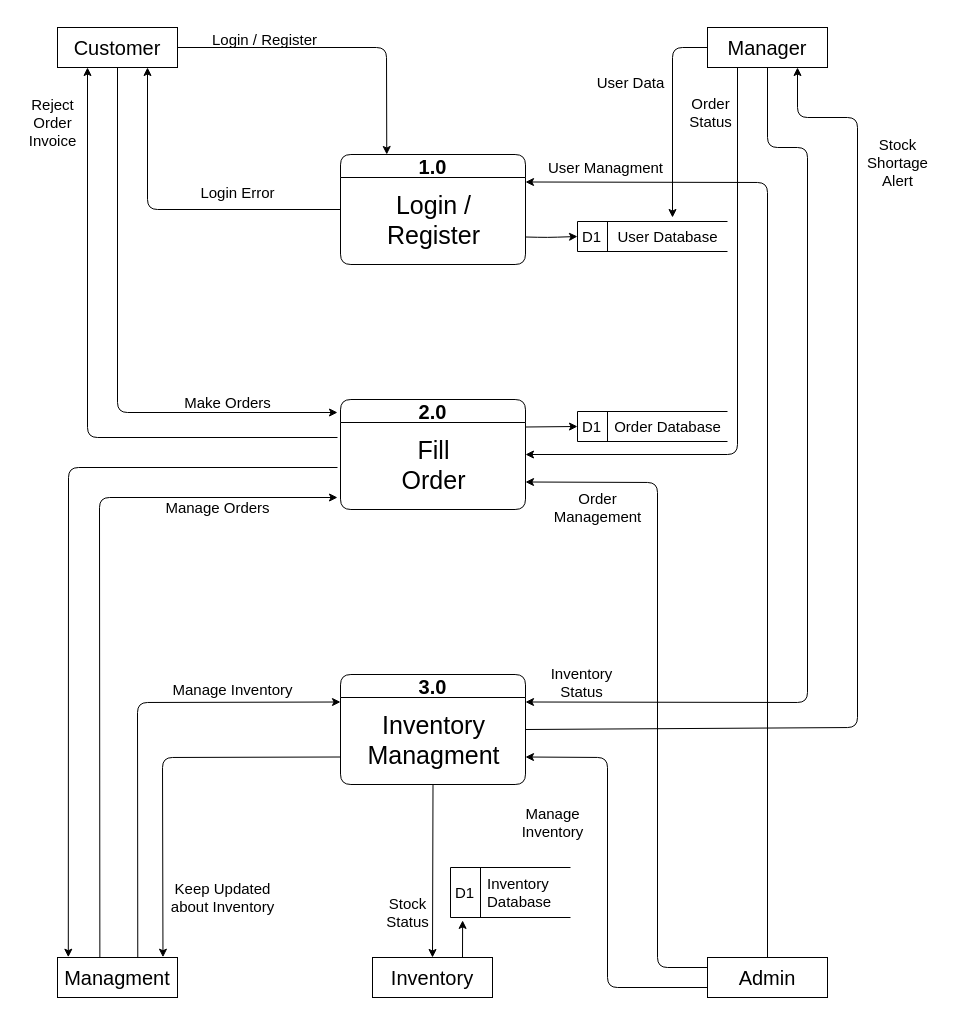
AnushkaIsuranga/Stock_Portal_for_Spice_Co. keeps this draw.io diagram as Documentation/Charts/DFD(Level0).drawio. Above is the earlier version. Source tidied: cells renumbered, new cells numbered last; positions are measured from the earlier drawing's top-left corner, leaving out a move shared by most shapes. Both pictures are drawn from the tidied source at 100%, with x=0, y=0 at pixel (17, 17).
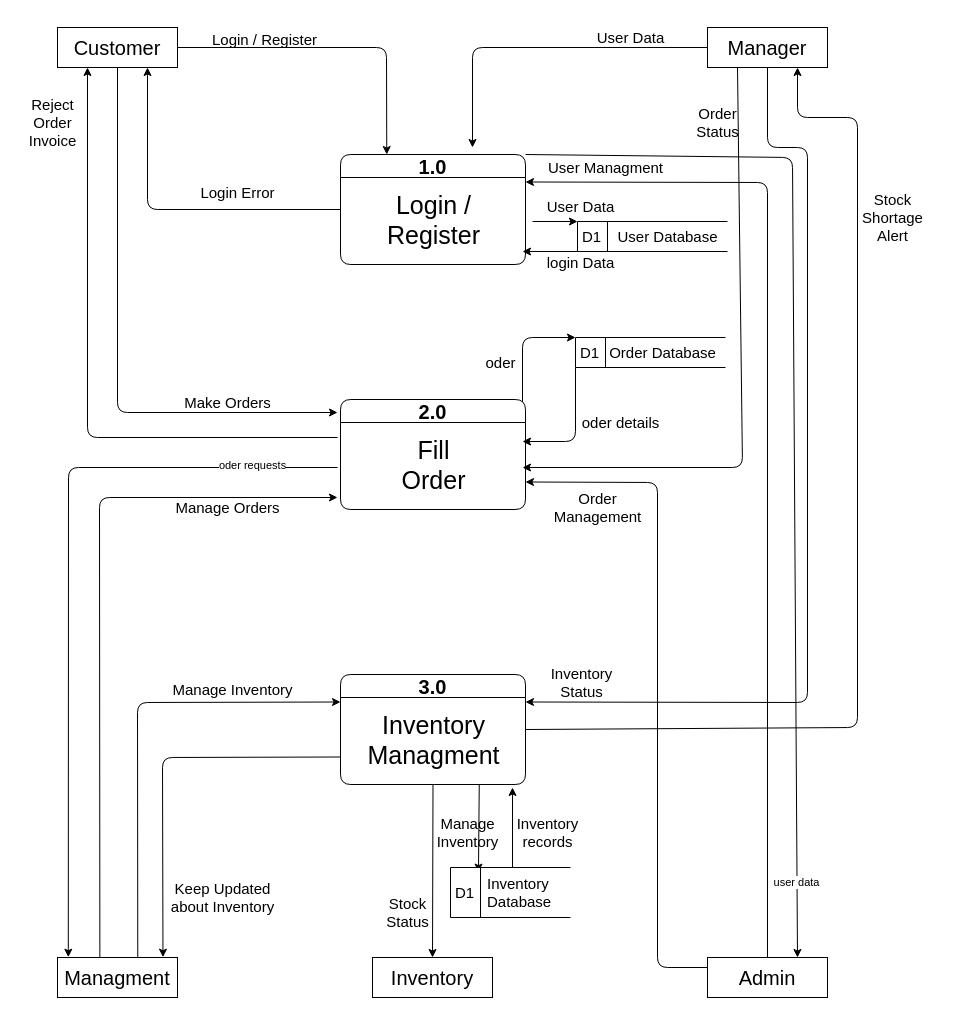
After the change.

Unchanged cells that the change refers to:
```xml
<mxCell id="6" value="&lt;div style=&quot;text-align: start;&quot;&gt;&lt;font style=&quot;background-color: initial; font-size: 20px;&quot;&gt;Manager&lt;/font&gt;&lt;span style=&quot;background-color: initial; font-size: 0px;&quot;&gt;&lt;font face=&quot;monospace&quot; color=&quot;rgba(0, 0, 0, 0)&quot;&gt;https://music.youtube.com/watch?v=BXsjKvdEae4&amp;amp;si=lK1nP5Bo9hr5hulV&lt;/font&gt;&lt;/span&gt;&lt;/div&gt;" style="rounded=0;whiteSpace=wrap;html=1;fontSize=14;" parent="1" vertex="1">
  <mxGeometry x="690" y="10" width="120" height="40" as="geometry" />
</mxCell>
<mxCell id="9" value="&lt;div style=&quot;text-align: start;&quot;&gt;&lt;span style=&quot;font-size: 20px;&quot;&gt;Admin&lt;/span&gt;&lt;/div&gt;" style="rounded=0;whiteSpace=wrap;html=1;fontSize=14;" parent="1" vertex="1">
  <mxGeometry x="690" y="940" width="120" height="40" as="geometry" />
</mxCell>
<mxCell id="11" value="&lt;div style=&quot;text-align: start;&quot;&gt;&lt;span style=&quot;font-size: 20px;&quot;&gt;Inventory&lt;/span&gt;&lt;/div&gt;" style="rounded=0;whiteSpace=wrap;html=1;fontSize=14;" parent="1" vertex="1">
  <mxGeometry x="355" y="940" width="120" height="40" as="geometry" />
</mxCell>
<mxCell id="16" value="&lt;font style=&quot;font-size: 20px;&quot;&gt;1.0&lt;/font&gt;" style="swimlane;whiteSpace=wrap;html=1;rounded=1;fontSize=15;" parent="1" vertex="1">
  <mxGeometry x="323" y="137" width="185" height="110" as="geometry" />
</mxCell>
<mxCell id="19" style="edgeStyle=none;html=1;entryX=0.09;entryY=-0.007;entryDx=0;entryDy=0;entryPerimeter=0;fontSize=15;" parent="1" edge="1" target="14">
  <mxGeometry relative="1" as="geometry">
    <mxPoint x="320" y="450" as="sourcePoint" />
    <Array as="points">
      <mxPoint x="51" y="450" />
    </Array>
  </mxGeometry>
</mxCell>
<mxCell id="21" value="&lt;font style=&quot;font-size: 20px;&quot;&gt;2.0&lt;/font&gt;" style="swimlane;whiteSpace=wrap;html=1;rounded=1;fontSize=15;" parent="1" vertex="1">
  <mxGeometry x="323" y="382" width="185" height="110" as="geometry" />
</mxCell>
<mxCell id="26" value="&lt;font style=&quot;font-size: 20px;&quot;&gt;3.0&lt;/font&gt;" style="swimlane;whiteSpace=wrap;html=1;rounded=1;fontSize=15;" parent="1" vertex="1">
  <mxGeometry x="323" y="657" width="185" height="110" as="geometry" />
</mxCell>
<mxCell id="34" value="D1" style="html=1;dashed=0;whitespace=wrap;shape=mxgraph.dfd.dataStoreID;align=left;spacingLeft=3;points=[[0,0],[0.5,0],[1,0],[0,0.5],[1,0.5],[0,1],[0.5,1],[1,1]];rounded=1;fontSize=15;" parent="1" vertex="1">
  <mxGeometry x="560" y="204" width="150" height="30" as="geometry" />
</mxCell>
<mxCell id="39" value="D1" style="html=1;dashed=0;whitespace=wrap;shape=mxgraph.dfd.dataStoreID;align=left;spacingLeft=3;points=[[0,0],[0.5,0],[1,0],[0,0.5],[1,0.5],[0,1],[0.5,1],[1,1]];rounded=1;fontSize=15;" parent="1" vertex="1">
  <mxGeometry x="433" y="850" width="120" height="50" as="geometry" />
</mxCell>
<mxCell id="40" value="Inventory&lt;br&gt;Database" style="text;html=1;align=left;verticalAlign=middle;points=[];strokeColor=none;fillColor=none;fontSize=15;" parent="1" vertex="1">
  <mxGeometry x="468" y="850" width="90" height="50" as="geometry" />
</mxCell>
```

The edit, as a diff of the source:
```diff
@@
-    <mxCell id="4" style="edgeStyle=none;html=1;exitX=0.25;exitY=1;exitDx=0;exitDy=0;entryX=1;entryY=0.5;entryDx=0;entryDy=0;fontSize=15;" parent="1" edge="1" source="6" target="21">
+    <mxCell id="4" style="edgeStyle=none;html=1;exitX=0.25;exitY=1;exitDx=0;exitDy=0;fontSize=15;" parent="1" edge="1" source="6">
       <mxGeometry relative="1" as="geometry">
+        <mxPoint x="505" y="450" as="targetPoint" />
         <Array as="points">
-          <mxPoint x="720" y="437" />
+          <mxPoint x="725" y="450" />
         </Array>
       </mxGeometry>
     </mxCell>
@@
-    <mxCell id="10" style="edgeStyle=none;html=1;exitX=0.75;exitY=0;exitDx=0;exitDy=0;entryX=0.101;entryY=1.058;entryDx=0;entryDy=0;entryPerimeter=0;fontSize=15;" parent="1" edge="1" source="11" target="39">
-      <mxGeometry relative="1" as="geometry" />
-    </mxCell>
@@
-    <mxCell id="15" style="edgeStyle=none;html=1;exitX=1;exitY=0.75;exitDx=0;exitDy=0;entryX=0;entryY=0.5;entryDx=0;entryDy=0;fontSize=15;" parent="1" edge="1" source="16" target="34">
+    <mxCell id="15" style="edgeStyle=none;html=1;entryX=0;entryY=0;entryDx=0;entryDy=0;fontSize=15;" parent="1" edge="1" target="34">
       <mxGeometry relative="1" as="geometry">
-        <Array as="points">
-          <mxPoint x="530" y="220" />
-        </Array>
+        <mxPoint x="515" y="204" as="sourcePoint" />
       </mxGeometry>
     </mxCell>
+    <mxCell id="53" style="edgeStyle=none;html=1;exitX=1;exitY=0;exitDx=0;exitDy=0;entryX=0.75;entryY=0;entryDx=0;entryDy=0;" parent="1" edge="1" source="16" target="9">
+      <mxGeometry relative="1" as="geometry">
+        <Array as="points">
+          <mxPoint x="775" y="140" />
+        </Array>
+      </mxGeometry>
+    </mxCell>
+    <mxCell id="54" value="user data" style="edgeLabel;html=1;align=center;verticalAlign=middle;" parent="53" vertex="1">
+      <mxGeometry x="0.86" y="-1" relative="1" as="geometry" />
+    </mxCell>
@@
+    <mxCell id="55" value="oder requests" style="edgeLabel;html=1;align=center;verticalAlign=middle;" parent="19" vertex="1">
+      <mxGeometry x="-0.7" y="-1" relative="1" as="geometry">
+        <mxPoint x="28" y="-2" as="offset" />
+      </mxGeometry>
+    </mxCell>
-    <mxCell id="20" style="edgeStyle=none;html=1;exitX=1;exitY=0.25;exitDx=0;exitDy=0;entryX=0;entryY=0.5;entryDx=0;entryDy=0;fontSize=15;" parent="1" edge="1" source="21" target="37">
-      <mxGeometry relative="1" as="geometry" />
+    <mxCell id="20" style="edgeStyle=none;html=1;entryX=0;entryY=0;entryDx=0;entryDy=0;fontSize=15;" parent="1" edge="1" target="37">
+      <mxGeometry relative="1" as="geometry">
+        <mxPoint x="505" y="394" as="sourcePoint" />
+        <Array as="points">
+          <mxPoint x="505" y="320" />
+        </Array>
+      </mxGeometry>
     </mxCell>
+    <mxCell id="56" style="edgeStyle=none;html=1;exitX=0;exitY=1;exitDx=0;exitDy=0;" parent="1" edge="1" source="37">
+      <mxGeometry relative="1" as="geometry">
+        <mxPoint x="505" y="424" as="targetPoint" />
+        <Array as="points">
+          <mxPoint x="558" y="424" />
+        </Array>
+      </mxGeometry>
+    </mxCell>
@@
+    <mxCell id="57" style="edgeStyle=none;html=1;exitX=0.75;exitY=1;exitDx=0;exitDy=0;entryX=0.233;entryY=0.092;entryDx=0;entryDy=0;entryPerimeter=0;" parent="1" edge="1" source="26" target="39">
+      <mxGeometry relative="1" as="geometry" />
+    </mxCell>
+    <mxCell id="58" style="edgeStyle=none;html=1;exitX=0.3;exitY=0;exitDx=0;exitDy=0;exitPerimeter=0;" parent="1" edge="1" source="40">
+      <mxGeometry relative="1" as="geometry">
+        <mxPoint x="495" y="770" as="targetPoint" />
+      </mxGeometry>
+    </mxCell>
@@
     <mxCell id="30" style="endArrow=classic;html=1;fontSize=15;exitX=0;exitY=0.5;exitDx=0;exitDy=0;" parent="1" edge="1" source="6">
       <mxGeometry relative="1" as="geometry">
-        <mxPoint x="655" y="200" as="targetPoint" />
+        <mxPoint x="455" y="130" as="targetPoint" />
         <Array as="points">
-          <mxPoint x="655" y="30" />
+          <mxPoint x="455" y="30" />
         </Array>
       </mxGeometry>
     </mxCell>
     <mxCell id="31" value="User Data" style="text;html=1;align=center;verticalAlign=middle;strokeColor=none;fillColor=none;fontSize=15;" parent="1" vertex="1">
-      <mxGeometry x="568" y="50" width="90" height="30" as="geometry" />
+      <mxGeometry x="568" y="5" width="90" height="30" as="geometry" />
     </mxCell>
@@
-    <mxCell id="36" style="endArrow=classic;html=1;fontSize=15;exitX=0;exitY=0.75;exitDx=0;exitDy=0;entryX=1;entryY=0.75;entryDx=0;entryDy=0;" parent="1" edge="1" source="9" target="26">
-      <mxGeometry relative="1" as="geometry">
-        <Array as="points">
-          <mxPoint x="590" y="970" />
-          <mxPoint x="590" y="740" />
-        </Array>
-      </mxGeometry>
-    </mxCell>
     <mxCell id="37" value="D1" style="html=1;dashed=0;whitespace=wrap;shape=mxgraph.dfd.dataStoreID;align=left;spacingLeft=3;points=[[0,0],[0.5,0],[1,0],[0,0.5],[1,0.5],[0,1],[0.5,1],[1,1]];rounded=1;fontSize=15;" parent="1" vertex="1">
-      <mxGeometry x="560" y="394" width="150" height="30" as="geometry" />
+      <mxGeometry x="558" y="320" width="150" height="30" as="geometry" />
     </mxCell>
     <mxCell id="38" value="Order Database" style="text;html=1;align=center;verticalAlign=middle;strokeColor=none;fillColor=none;fontSize=15;" parent="1" vertex="1">
-      <mxGeometry x="585" y="394" width="130" height="30" as="geometry" />
+      <mxGeometry x="580" y="320" width="130" height="30" as="geometry" />
     </mxCell>
@@
     <mxCell id="42" value="Stock&lt;br&gt;Shortage&lt;br&gt;Alert" style="text;html=1;align=center;verticalAlign=middle;strokeColor=none;fillColor=none;fontSize=15;" parent="1" vertex="1">
-      <mxGeometry x="840" y="110" width="80" height="70" as="geometry" />
+      <mxGeometry x="835" y="165" width="80" height="70" as="geometry" />
     </mxCell>
     <mxCell id="43" value="Order &lt;br&gt;Status" style="text;html=1;align=center;verticalAlign=middle;strokeColor=none;fillColor=none;fontSize=15;" parent="1" vertex="1">
-      <mxGeometry x="658" y="70" width="70" height="50" as="geometry" />
+      <mxGeometry x="665" y="80" width="70" height="50" as="geometry" />
     </mxCell>
@@
     <mxCell id="46" value="Manage&lt;br&gt;Inventory" style="text;html=1;align=center;verticalAlign=middle;strokeColor=none;fillColor=none;fontSize=15;" parent="1" vertex="1">
-      <mxGeometry x="490" y="780" width="90" height="50" as="geometry" />
+      <mxGeometry x="405" y="790" width="90" height="50" as="geometry" />
     </mxCell>
@@
     <mxCell id="50" value="Manage Orders" style="text;html=1;align=center;verticalAlign=middle;strokeColor=none;fillColor=none;fontSize=15;" parent="1" vertex="1">
-      <mxGeometry x="135" y="475" width="130" height="30" as="geometry" />
+      <mxGeometry x="145" y="475" width="130" height="30" as="geometry" />
     </mxCell>
@@
+    <mxCell id="59" style="edgeStyle=none;html=1;fontSize=15;exitX=0;exitY=1;exitDx=0;exitDy=0;" parent="1" edge="1" source="34">
+      <mxGeometry relative="1" as="geometry">
+        <mxPoint x="505" y="234" as="targetPoint" />
+      </mxGeometry>
+    </mxCell>
+    <mxCell id="60" value="login Data" style="text;html=1;align=center;verticalAlign=middle;strokeColor=none;fillColor=none;fontSize=15;" parent="1" vertex="1">
+      <mxGeometry x="518" y="230" width="90" height="30" as="geometry" />
+    </mxCell>
+    <mxCell id="61" value="User Data" style="text;html=1;align=center;verticalAlign=middle;strokeColor=none;fillColor=none;fontSize=15;" parent="1" vertex="1">
+      <mxGeometry x="518" y="174" width="90" height="30" as="geometry" />
+    </mxCell>
+    <mxCell id="62" value="Inventory &lt;br&gt;records" style="text;html=1;align=center;verticalAlign=middle;strokeColor=none;fillColor=none;fontSize=15;" parent="1" vertex="1">
+      <mxGeometry x="485" y="790" width="90" height="50" as="geometry" />
+    </mxCell>
+    <mxCell id="63" value="oder" style="text;html=1;align=center;verticalAlign=middle;strokeColor=none;fillColor=none;fontSize=15;" parent="1" vertex="1">
+      <mxGeometry x="458" y="330" width="50" height="30" as="geometry" />
+    </mxCell>
+    <mxCell id="64" value="oder details" style="text;html=1;align=center;verticalAlign=middle;strokeColor=none;fillColor=none;fontSize=15;" parent="1" vertex="1">
+      <mxGeometry x="553" y="390" width="100" height="30" as="geometry" />
+    </mxCell>
```
